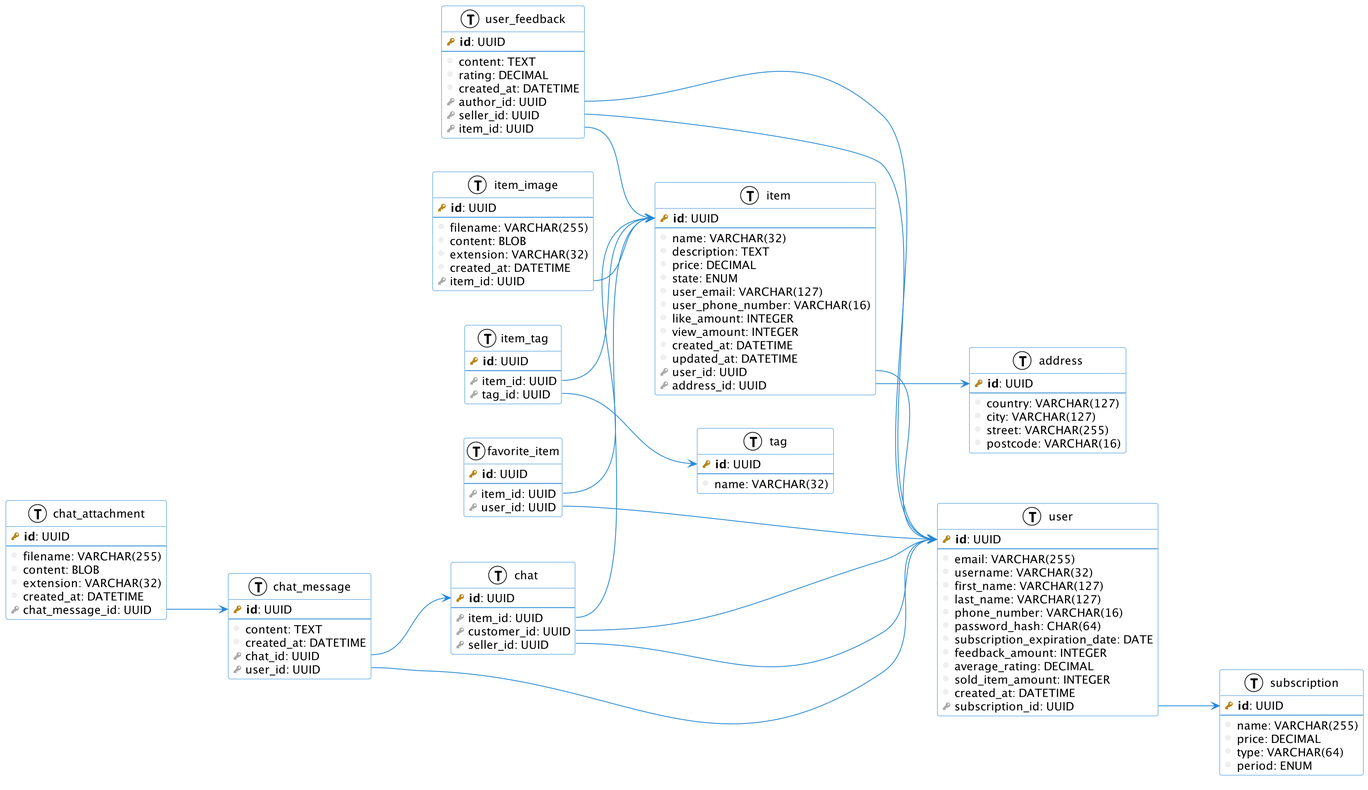
The PlantUML diagram images/db.png in danilshvalov/databases-lab, before a commit. The source it was exported from:
```plantuml
@startuml
left to right direction
skinparam roundcorner 5
skinparam shadowing false
scale 2

skinparam class {
    BackgroundColor white
    ArrowColor #2688d4
    BorderColor #2688d4
}

!define primary_key(x) <b><color:#b8861b><&key></color> x</b>
!define foreign_key(x) <color:#aaaaaa><&key></color> x
!define column(x) <color:#efefef><&media-record></color> x
!define table(x) entity x << (T, white) >>

table(address) {
    primary_key(id): UUID
    --
    column(country): VARCHAR(127)
    column(city): VARCHAR(127)
    column(street): VARCHAR(255)
    column(postcode): VARCHAR(16)
}

table(subscription) {
    primary_key(id): UUID
    --
    column(name): VARCHAR(255)
    column(price): DECIMAL
    column(type): VARCHAR(64)
    column(period): ENUM
}

table(user) {
    primary_key(id): UUID
    --
    column(email): VARCHAR(255)
    column(username): VARCHAR(32)
    column(first_name): VARCHAR(127)
    column(last_name): VARCHAR(127)
    column(phone_number): VARCHAR(16)
    column(password_hash): CHAR(64)
    column(subscription_expiration_date): DATE
    column(feedback_amount): INTEGER
    column(average_rating): DECIMAL
    column(sold_item_amount): INTEGER
    column(created_at): DATETIME
    foreign_key(subscription_id): UUID
}

user::subscription_id --> subscription::id

table(item) {
    primary_key(id): UUID
    --
    column(name): VARCHAR(32)
    column(description): TEXT
    column(price): DECIMAL
    column(state): ENUM
    column(user_email): VARCHAR(127)
    column(user_phone_number): VARCHAR(16)
    column(like_amount): INTEGER
    column(view_amount): INTEGER
    column(created_at): DATETIME
    column(updated_at): DATETIME
    foreign_key(user_id): UUID
    foreign_key(address_id): UUID
}


table(user_feedback) {
    primary_key(id): UUID
    --
    column(content): TEXT
    column(rating): DECIMAL
    column(created_at): DATETIME
    foreign_key(author_id): UUID
    foreign_key(seller_id): UUID
    foreign_key(item_id): UUID
}

user_feedback::author_id --> user::id
user_feedback::seller_id --> user::id
user_feedback::item_id --> item::id

table(tag) {
    primary_key(id): UUID
    --
    column(name): VARCHAR(32)
}

item::user_id --> user::id
item::address_id --> address::id

table(item_tag) {
    primary_key(id): UUID
    --
    foreign_key(item_id): UUID
    foreign_key(tag_id): UUID
}

item_tag::item_id --> item::id
item_tag::tag_id --> tag::id

table(item_image) {
    primary_key(id): UUID
    --
    column(filename): VARCHAR(255)
    column(content): BLOB
    column(extension): VARCHAR(32)
    column(created_at): DATETIME
    foreign_key(item_id): UUID
}

item_image::item_id --> item::id

table(favorite_item) {
    primary_key(id): UUID
    --
    foreign_key(item_id): UUID
    foreign_key(user_id): UUID
}

favorite_item::item_id --> item::id
favorite_item::user_id --> user::id

table(chat) {
    primary_key(id): UUID
    --
    foreign_key(item_id): UUID
    foreign_key(customer_id): UUID
    foreign_key(seller_id): UUID
}

chat::item_id --> item::id
chat::customer_id --> user::id
chat::seller_id --> user::id

table(chat_message) {
    primary_key(id): UUID
    --
    column(content): TEXT
    column(created_at): DATETIME
    foreign_key(chat_id): UUID
    foreign_key(user_id): UUID
}

chat_message::chat_id --> chat::id
chat_message::user_id --> user::id

table(chat_attachment) {
    primary_key(id): UUID
    --
    column(filename): VARCHAR(255)
    column(content): BLOB
    column(extension): VARCHAR(32)
    column(created_at): DATETIME
    foreign_key(chat_message_id): UUID
}

chat_attachment::chat_message_id --> chat_message::id

@enduml
```
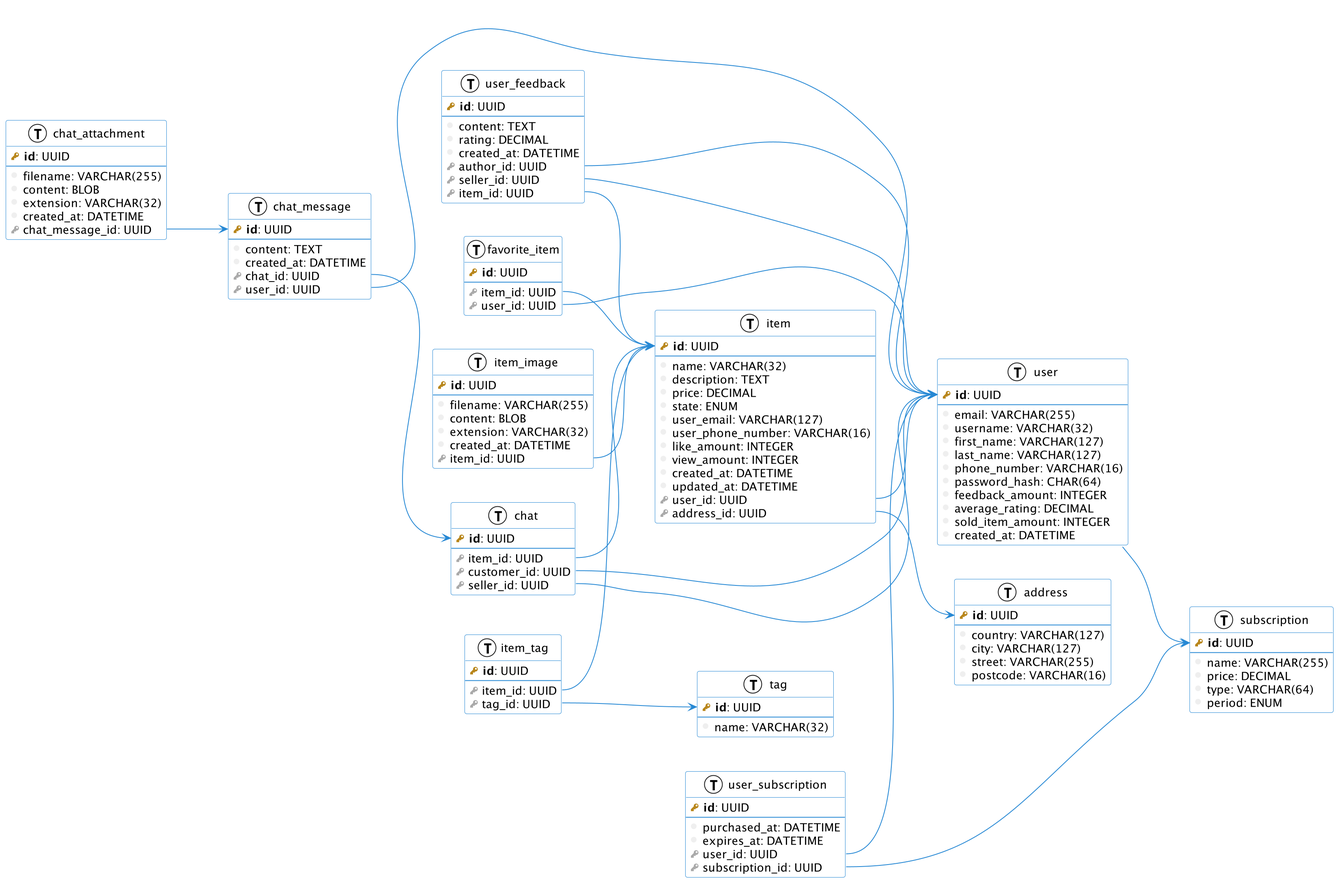
The same file after the commit.

Commit message:
feat(db): add `user_subscription` table

Change to the diagram source:
```diff
@@ -42,15 +42,25 @@
     column(last_name): VARCHAR(127)
     column(phone_number): VARCHAR(16)
     column(password_hash): CHAR(64)
-    column(subscription_expiration_date): DATE
     column(feedback_amount): INTEGER
     column(average_rating): DECIMAL
     column(sold_item_amount): INTEGER
     column(created_at): DATETIME
+}
+
+user::subscription_id --> subscription::id
+
+table(user_subscription) {
+    primary_key(id): UUID
+    --
+    column(purchased_at): DATETIME
+    column(expires_at): DATETIME
+    foreign_key(user_id): UUID
     foreign_key(subscription_id): UUID
 }
 
-user::subscription_id --> subscription::id
+user_subscription::user_id --> user::id
+user_subscription::subscription_id --> subscription::id
 
 table(item) {
     primary_key(id): UUID
```
